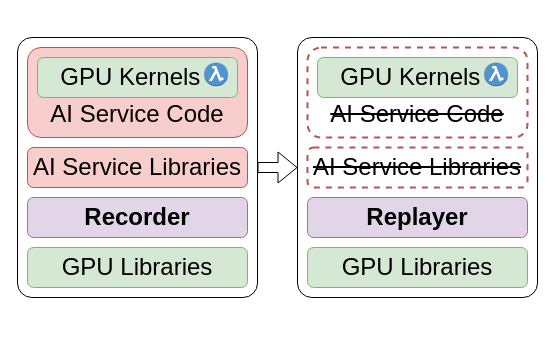
Earlier version of the draw.io diagram page "replay" (5 of 8) of ConfidentialComputing/confAI_current.drawio (ya0guang/researches). Source tidied: cells renumbered, new cells numbered last; positions are measured from the earlier drawing's top-left corner, leaving out a move shared by most shapes. Both pictures are drawn from the tidied source at 100%, with x=0, y=0 at pixel (17, 37).
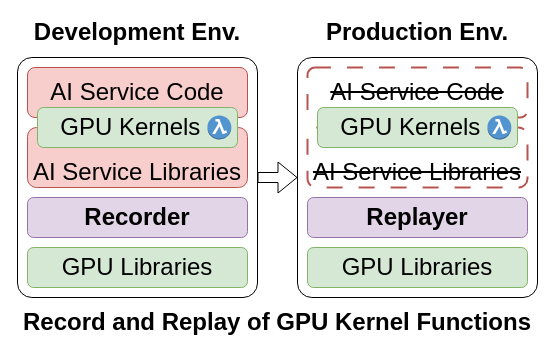
The same page after the edit.

Change to the diagram source:
```diff
@@
     <mxCell id="2" style="rounded=1;whiteSpace=wrap;html=1;fillColor=none;arcSize=6;" parent="1" vertex="1">
-      <mxGeometry width="240" height="260" as="geometry" />
+      <mxGeometry y="20" width="240" height="240" as="geometry" />
     </mxCell>
-    <mxCell id="3" value="&lt;span style=&quot;font-size: 24px;&quot;&gt;AI Service Libraries&lt;/span&gt;" style="rounded=1;whiteSpace=wrap;html=1;fillColor=#f8cecc;strokeColor=#b85450;" parent="1" vertex="1">
-      <mxGeometry x="10" y="110" width="220" height="40" as="geometry" />
+    <mxCell id="3" value="&lt;div&gt;&lt;span style=&quot;font-size: 24px; background-color: initial;&quot;&gt;&lt;br&gt;&lt;/span&gt;&lt;/div&gt;&lt;div&gt;&lt;span style=&quot;font-size: 24px; background-color: initial;&quot;&gt;AI Service Libraries&lt;/span&gt;&lt;br&gt;&lt;/div&gt;" style="rounded=1;whiteSpace=wrap;html=1;fillColor=#f8cecc;strokeColor=#b85450;" parent="1" vertex="1">
+      <mxGeometry x="10" y="90" width="220" height="60" as="geometry" />
     </mxCell>
@@
-    <mxCell id="5" value="&lt;div&gt;&lt;br&gt;&lt;/div&gt;&lt;div&gt;&lt;br&gt;&lt;/div&gt;&lt;div&gt;&lt;br&gt;&lt;/div&gt;&lt;span style=&quot;font-size: 24px;&quot;&gt;AI Service Code&lt;/span&gt;" style="rounded=1;whiteSpace=wrap;html=1;fillColor=#f8cecc;strokeColor=#b85450;" parent="1" vertex="1">
-      <mxGeometry x="10" y="10" width="220" height="90" as="geometry" />
+    <mxCell id="5" value="&lt;div&gt;&lt;span style=&quot;background-color: initial; font-size: 24px;&quot;&gt;AI Service Code&lt;/span&gt;&lt;/div&gt;" style="rounded=1;whiteSpace=wrap;html=1;fillColor=#f8cecc;strokeColor=#b85450;" parent="1" vertex="1">
+      <mxGeometry x="10" y="30" width="220" height="50" as="geometry" />
     </mxCell>
-    <mxCell id="6" style="group;" parent="1" vertex="1">
-      <mxGeometry x="20" y="20" width="200" height="40" as="geometry" />
+    <mxCell id="6" style="group;shadow=0;rounded=0;glass=0;" parent="1" vertex="1">
+      <mxGeometry x="20" y="70" width="200" height="40" as="geometry" />
     </mxCell>
@@
     <mxCell id="8" style="dashed=0;verticalLabelPosition=bottom;verticalAlign=top;align=center;html=1;shape=mxgraph.aws3.lambda_function;fillColor=#5294CF;gradientColor=none;" parent="6" vertex="1">
-      <mxGeometry x="166.7" y="5" width="23.8" height="23.8" as="geometry" />
+      <mxGeometry x="170" y="8.1" width="23.8" height="23.8" as="geometry" />
     </mxCell>
@@
     <mxCell id="10" style="rounded=1;whiteSpace=wrap;html=1;fillColor=none;arcSize=6;" parent="1" vertex="1">
-      <mxGeometry x="280" width="240" height="260" as="geometry" />
+      <mxGeometry x="280" y="20" width="240" height="240" as="geometry" />
     </mxCell>
-    <mxCell id="11" value="&lt;span style=&quot;font-size: 24px;&quot;&gt;&lt;strike&gt;AI Service Libraries&lt;/strike&gt;&lt;/span&gt;" style="rounded=1;whiteSpace=wrap;html=1;fillColor=none;strokeColor=#b85450;dashed=1;strokeWidth=2;" parent="1" vertex="1">
-      <mxGeometry x="290" y="110" width="220" height="40" as="geometry" />
-    </mxCell>
@@
-    <mxCell id="13" value="&lt;div&gt;&lt;strike&gt;&lt;br&gt;&lt;/strike&gt;&lt;/div&gt;&lt;div&gt;&lt;strike&gt;&lt;br&gt;&lt;/strike&gt;&lt;/div&gt;&lt;div&gt;&lt;strike&gt;&lt;br&gt;&lt;/strike&gt;&lt;/div&gt;&lt;span style=&quot;font-size: 24px;&quot;&gt;&lt;strike&gt;AI Service Code&lt;/strike&gt;&lt;/span&gt;" style="rounded=1;whiteSpace=wrap;html=1;fillColor=none;strokeColor=#b85450;dashed=1;strokeWidth=2;" parent="1" vertex="1">
-      <mxGeometry x="290" y="10" width="220" height="90" as="geometry" />
-    </mxCell>
-    <mxCell id="14" style="group;" parent="1" vertex="1">
-      <mxGeometry x="300" y="20" width="200" height="40" as="geometry" />
-    </mxCell>
-    <mxCell id="15" value="&lt;span style=&quot;font-size: 24px;&quot;&gt;GPU Kernels&amp;nbsp;&amp;nbsp;&lt;/span&gt;" style="rounded=1;whiteSpace=wrap;html=1;fillColor=#d5e8d4;strokeColor=#82b366;" parent="14" vertex="1">
-      <mxGeometry width="200" height="40" as="geometry" />
-    </mxCell>
-    <mxCell id="16" style="dashed=0;verticalLabelPosition=bottom;verticalAlign=top;align=center;html=1;shape=mxgraph.aws3.lambda_function;fillColor=#5294CF;gradientColor=none;" parent="14" vertex="1">
-      <mxGeometry x="166.7" y="5" width="23.8" height="23.8" as="geometry" />
-    </mxCell>
@@
-    <mxCell id="18" style="shape=flexArrow;endArrow=classic;html=1;rounded=0;exitX=1;exitY=0.5;exitDx=0;exitDy=0;" parent="1" edge="1" source="2">
-      <mxGeometry relative="1" as="geometry">
-        <mxPoint x="280" y="130" as="targetPoint" />
-      </mxGeometry>
+    <mxCell id="18" style="shape=flexArrow;endArrow=classic;html=1;rounded=0;exitX=1;exitY=0.5;exitDx=0;exitDy=0;entryX=0;entryY=0.5;entryDx=0;entryDy=0;" parent="1" edge="1" source="2" target="10">
+      <mxGeometry relative="1" as="geometry" />
     </mxCell>
+    <mxCell id="19" value="&lt;font style=&quot;font-size: 24px;&quot;&gt;&lt;b&gt;Development Env.&lt;/b&gt;&lt;/font&gt;" style="text;html=1;align=center;verticalAlign=middle;whiteSpace=wrap;rounded=0;" parent="1" vertex="1">
+      <mxGeometry x="10" y="-20" width="220" height="30" as="geometry" />
+    </mxCell>
+    <mxCell id="20" value="&lt;font style=&quot;font-size: 24px;&quot;&gt;&lt;b&gt;Production Env.&lt;/b&gt;&lt;/font&gt;" style="text;html=1;align=center;verticalAlign=middle;whiteSpace=wrap;rounded=0;" parent="1" vertex="1">
+      <mxGeometry x="290" y="-20" width="220" height="30" as="geometry" />
+    </mxCell>
+    <mxCell id="21" value="&lt;font style=&quot;font-size: 24px;&quot;&gt;&lt;b&gt;Record and Replay of GPU Kernel Functions&lt;/b&gt;&lt;/font&gt;" style="text;html=1;align=center;verticalAlign=middle;whiteSpace=wrap;rounded=0;" parent="1" vertex="1">
+      <mxGeometry y="270" width="520" height="30" as="geometry" />
+    </mxCell>
+    <mxCell id="11" value="&lt;div&gt;&lt;span style=&quot;font-size: 24px; background-color: initial;&quot;&gt;&lt;strike&gt;&lt;br&gt;&lt;/strike&gt;&lt;/span&gt;&lt;/div&gt;&lt;div&gt;&lt;span style=&quot;font-size: 24px; background-color: initial;&quot;&gt;&lt;strike&gt;AI Service Libraries&lt;/strike&gt;&lt;/span&gt;&lt;br&gt;&lt;/div&gt;" style="rounded=1;whiteSpace=wrap;html=1;fillColor=none;strokeColor=#b85450;dashed=1;dashPattern=8 8;strokeWidth=2;" parent="1" vertex="1">
+      <mxGeometry x="290" y="90" width="220" height="60" as="geometry" />
+    </mxCell>
+    <mxCell id="13" value="&lt;div&gt;&lt;span style=&quot;background-color: initial; font-size: 24px;&quot;&gt;&lt;strike&gt;AI Service Code&lt;/strike&gt;&lt;/span&gt;&lt;/div&gt;" style="rounded=1;whiteSpace=wrap;html=1;fillColor=none;strokeColor=#b85450;dashed=1;dashPattern=8 8;strokeWidth=2;" parent="1" vertex="1">
+      <mxGeometry x="290" y="30" width="220" height="50" as="geometry" />
+    </mxCell>
+    <mxCell id="22" style="group;shadow=0;rounded=0;glass=0;" parent="1" vertex="1">
+      <mxGeometry x="300" y="70" width="200" height="40" as="geometry" />
+    </mxCell>
+    <mxCell id="15" value="&lt;span style=&quot;font-size: 24px;&quot;&gt;GPU Kernels&amp;nbsp;&amp;nbsp;&lt;/span&gt;" style="rounded=1;whiteSpace=wrap;html=1;fillColor=#d5e8d4;strokeColor=#82b366;" parent="22" vertex="1">
+      <mxGeometry width="200" height="40" as="geometry" />
+    </mxCell>
+    <mxCell id="23" style="dashed=0;verticalLabelPosition=bottom;verticalAlign=top;align=center;html=1;shape=mxgraph.aws3.lambda_function;fillColor=#5294CF;gradientColor=none;" parent="22" vertex="1">
+      <mxGeometry x="170" y="8.1" width="23.8" height="23.8" as="geometry" />
+    </mxCell>
```
